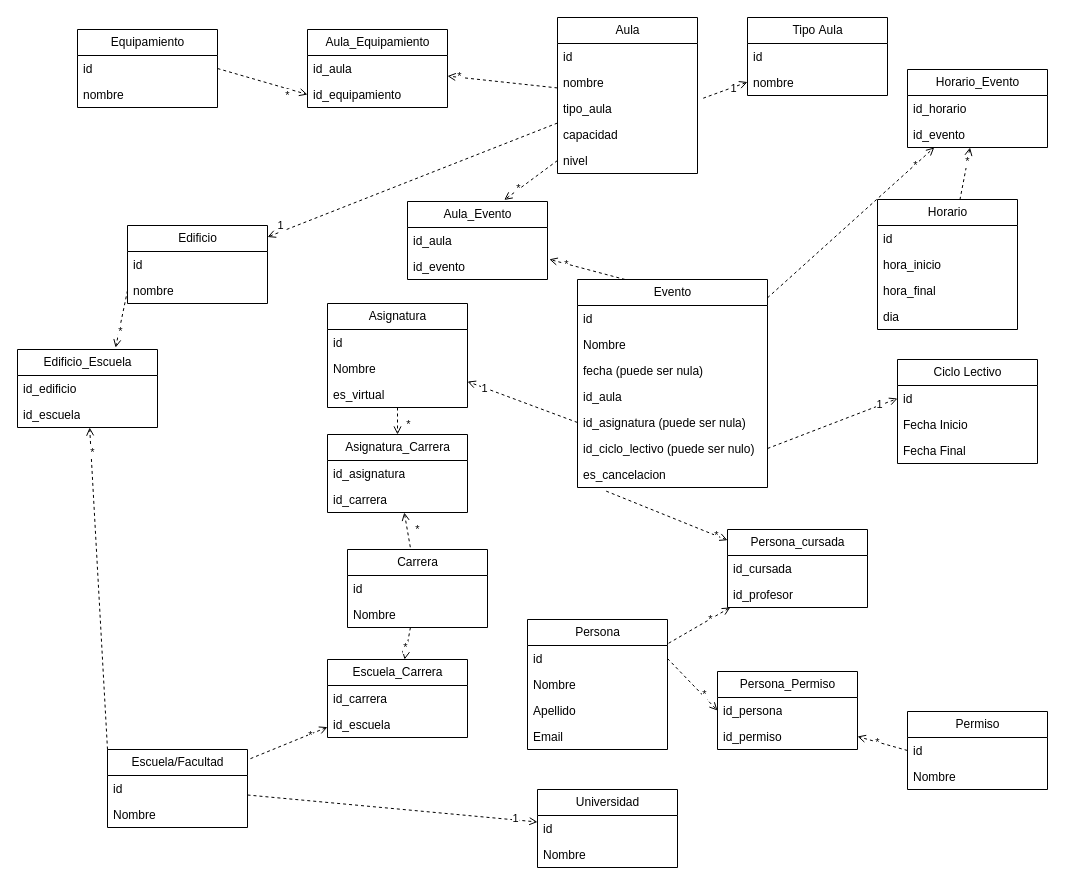
LaraAReeves/UNSAM-Frontend keeps this draw.io diagram as der.dio. Above is the earlier version. Source tidied: cells renumbered, new cells numbered last; positions are measured from the earlier drawing's top-left corner, leaving out a move shared by most shapes. Both pictures are drawn from the tidied source at 100%, with x=0, y=0 at pixel (17, 17).
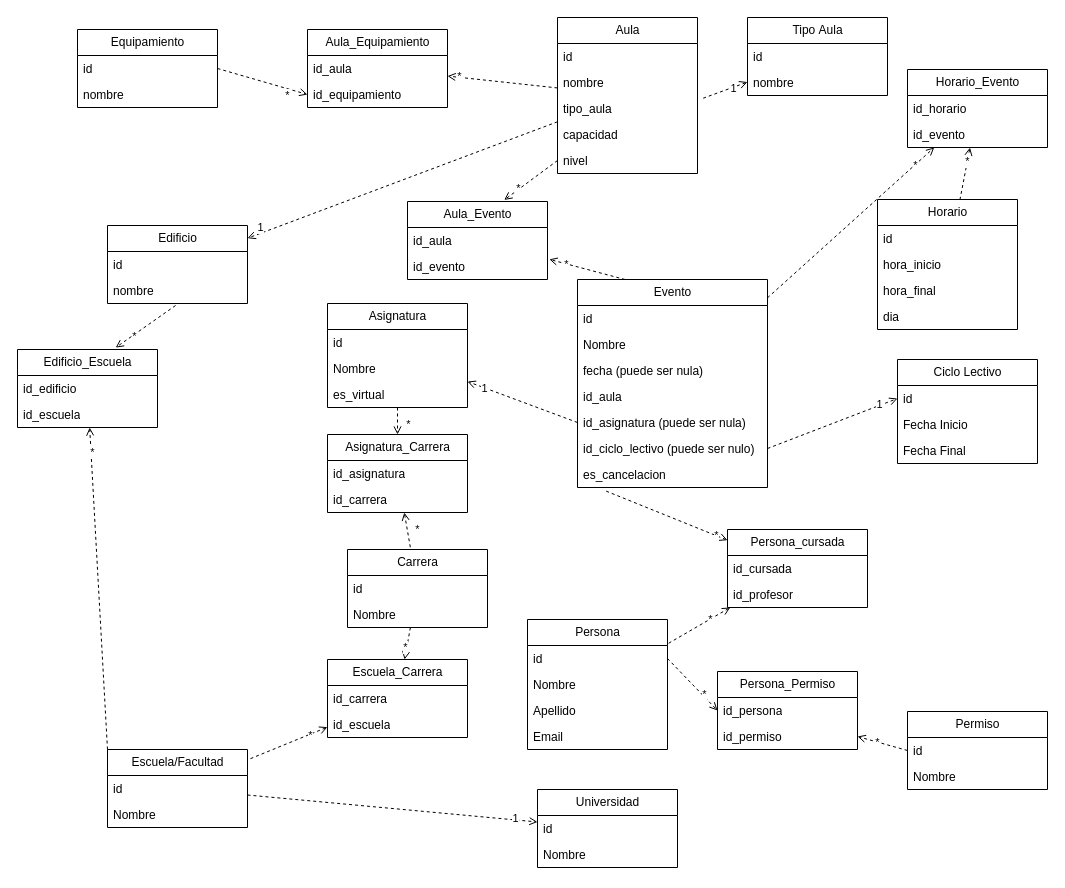
The same diagram, later.

Commit message:
Cambio en alineación.

Unchanged cells that the change refers to:
```xml
<mxCell id="102" value="nombre" style="text;strokeColor=none;fillColor=none;align=left;verticalAlign=top;spacingLeft=4;spacingRight=4;overflow=hidden;points=[[0,0.5],[1,0.5]];portConstraint=eastwest;whiteSpace=wrap;html=1;" parent="100" vertex="1">
  <mxGeometry y="52" width="140" height="26" as="geometry" />
</mxCell>
<mxCell id="103" value="Edificio_Escuela" style="swimlane;fontStyle=0;horizontal=1;startSize=26;fillColor=none;html=1;" parent="1" vertex="1">
  <mxGeometry y="332" width="140" height="78" as="geometry" />
</mxCell>
```

Diff of the diagram source:
```diff
@@
     <mxCell id="100" value="Edificio" style="swimlane;fontStyle=0;horizontal=1;startSize=26;fillColor=none;html=1;" parent="1" vertex="1">
-      <mxGeometry x="110" y="208" width="140" height="78" as="geometry" />
+      <mxGeometry x="90" y="208" width="140" height="78" as="geometry" />
     </mxCell>
@@
-    <mxCell id="106" style="edgeStyle=none;html=1;exitX=0;exitY=0.5;exitDx=0;exitDy=0;entryX=0.701;entryY=-0.024;entryDx=0;entryDy=0;entryPerimeter=0;dashed=1;startArrow=none;startFill=0;endArrow=open;endFill=0;" parent="1" edge="1" source="102" target="103">
+    <mxCell id="106" style="edgeStyle=none;html=1;exitX=0.486;exitY=1.077;exitDx=0;exitDy=0;entryX=0.701;entryY=-0.024;entryDx=0;entryDy=0;entryPerimeter=0;dashed=1;startArrow=none;startFill=0;endArrow=open;endFill=0;exitPerimeter=0;" parent="1" edge="1" source="102" target="103">
       <mxGeometry relative="1" as="geometry" />
     </mxCell>
```
